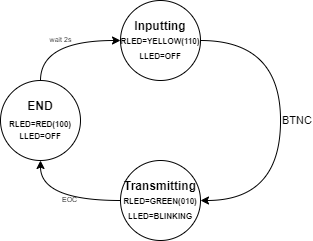
The draw.io diagram project/images/projekt_state_diagrampng.png in MusicalTester63/digital-electronics-1, before a commit. Source tidied: cells renumbered, new cells last; positions are measured from the earlier drawing's top-left corner, leaving out a move shared by most shapes.
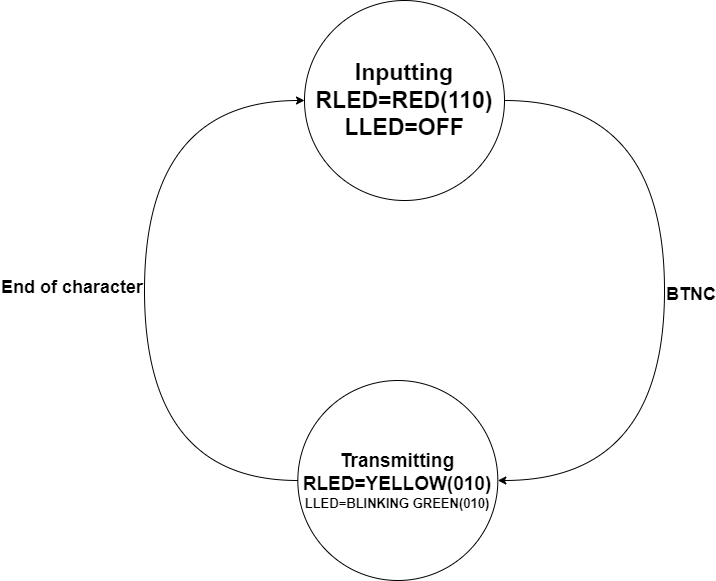
The same diagram one commit later.

The edit, as a diff of the source:
```diff
@@ -2,32 +2,27 @@
   <root>
     <mxCell id="0" />
     <mxCell id="1" parent="0" />
-    <mxCell id="2" value="BTNC" style="edgeStyle=orthogonalEdgeStyle;rounded=0;jettySize=auto;html=1;exitX=1;exitY=0.5;exitDx=0;exitDy=0;entryX=1;entryY=0.5;entryDx=0;entryDy=0;curved=1;align=left;labelBackgroundColor=none;" parent="1" edge="1" source="3" target="5">
-      <mxGeometry relative="1" as="geometry">
-        <Array as="points">
-          <mxPoint x="280" y="40" />
-          <mxPoint x="280" y="200" />
-        </Array>
-      </mxGeometry>
-    </mxCell>
-    <mxCell id="3" value="&lt;b&gt;Inputting&lt;/b&gt;&lt;br&gt;&lt;font style=&quot;font-size: 8px&quot;&gt;&lt;b&gt;RLED=YELLOW(110)&lt;br&gt;LLED=OFF&lt;br&gt;&lt;/b&gt;&lt;/font&gt;" style="ellipse;whiteSpace=wrap;html=1;" parent="1" vertex="1">
-      <mxGeometry x="120" width="80" height="80" as="geometry" />
+    <mxCell id="3" value="&lt;font style=&quot;font-size: 23px&quot;&gt;&lt;b&gt;Inputting&lt;/b&gt;&lt;br&gt;&lt;/font&gt;&lt;font style=&quot;font-size: 23px&quot;&gt;&lt;b&gt;&lt;font style=&quot;font-size: 23px&quot;&gt;RLED=RED(110)&lt;br&gt;LLED=OFF&lt;/font&gt;&lt;br&gt;&lt;/b&gt;&lt;/font&gt;" style="ellipse;whiteSpace=wrap;html=1;" parent="1" vertex="1">
+      <mxGeometry x="40" y="-80" width="200" height="200" as="geometry" />
     </mxCell>
-    <mxCell id="4" value="EOC" style="edgeStyle=orthogonalEdgeStyle;curved=1;rounded=0;jettySize=auto;html=1;exitX=0;exitY=0.5;exitDx=0;exitDy=0;entryX=0.5;entryY=1;entryDx=0;entryDy=0;labelBackgroundColor=none;fontSize=7;align=left;" parent="1" edge="1" source="5" target="7">
-      <mxGeometry relative="1" as="geometry" />
+    <mxCell id="4" value="&lt;font style=&quot;font-size: 18px&quot;&gt;&lt;b&gt;End of character&lt;/b&gt;&lt;/font&gt;" style="edgeStyle=orthogonalEdgeStyle;curved=1;rounded=0;jettySize=auto;html=1;exitX=0;exitY=0.5;exitDx=0;exitDy=0;labelBackgroundColor=none;fontSize=7;align=right;entryX=0;entryY=0.5;entryDx=0;entryDy=0;" parent="1" edge="1" source="5" target="3">
+      <mxGeometry relative="1" as="geometry">
+        <Array as="points">
+          <mxPoint x="-120" y="400" />
+          <mxPoint x="-120" y="20" />
+        </Array>
+      </mxGeometry>
     </mxCell>
-    <mxCell id="5" value="&lt;font style=&quot;font-weight: bold ; font-size: 12px&quot;&gt;Transmitting&lt;/font&gt;&lt;b style=&quot;font-size: 11px&quot;&gt;&lt;font style=&quot;font-size: 11px&quot;&gt;&lt;br&gt;&lt;/font&gt;&lt;/b&gt;&lt;font style=&quot;font-size: 11px&quot;&gt;&lt;b style=&quot;font-size: 8px&quot;&gt;&lt;font style=&quot;font-size: 8px&quot;&gt;RLED=GREEN(010)&lt;br&gt;LLED=BLINKING&lt;/font&gt;&lt;/b&gt;&lt;br&gt;&lt;/font&gt;" style="ellipse;whiteSpace=wrap;html=1;" parent="1" vertex="1">
-      <mxGeometry x="120" y="160" width="80" height="80" as="geometry" />
+    <mxCell id="5" value="&lt;font style=&quot;font-size: 19px&quot;&gt;&lt;font style=&quot;font-weight: bold ; font-size: 19px&quot;&gt;Transmitting&lt;/font&gt;&lt;b&gt;&lt;font style=&quot;font-size: 19px&quot;&gt;&lt;br&gt;&lt;/font&gt;&lt;/b&gt;&lt;/font&gt;&lt;font&gt;&lt;b&gt;&lt;font&gt;&lt;span style=&quot;font-size: 19px&quot;&gt;RLED=YELLOW(010)&lt;/span&gt;&lt;br&gt;&lt;font style=&quot;font-size: 13px&quot;&gt;LLED=BLINKING GREEN(010)&lt;/font&gt;&lt;/font&gt;&lt;/b&gt;&lt;br&gt;&lt;/font&gt;" style="ellipse;whiteSpace=wrap;html=1;" parent="1" vertex="1">
+      <mxGeometry x="33.3" y="300" width="200" height="200" as="geometry" />
     </mxCell>
-    <mxCell id="6" value="wait 2s" style="edgeStyle=orthogonalEdgeStyle;curved=1;rounded=0;jettySize=auto;html=1;exitX=0.5;exitY=0;exitDx=0;exitDy=0;entryX=0;entryY=0.5;entryDx=0;entryDy=0;labelBackgroundColor=none;fontSize=7;" parent="1" edge="1" source="7" target="3">
-      <mxGeometry relative="1" as="geometry">
-        <Array as="points">
-          <mxPoint x="40" y="40" />
-        </Array>
-      </mxGeometry>
-    </mxCell>
-    <mxCell id="7" value="&lt;b style=&quot;font-size: 12px&quot;&gt;END&lt;/b&gt;&lt;br style=&quot;font-size: 12px&quot;&gt;&lt;font size=&quot;1&quot;&gt;&lt;b style=&quot;font-size: 8px&quot;&gt;RLED=RED(100)&lt;br&gt;LLED=OFF&lt;br&gt;&lt;/b&gt;&lt;/font&gt;" style="ellipse;whiteSpace=wrap;html=1;fontSize=7;" parent="1" vertex="1">
-      <mxGeometry y="80" width="80" height="80" as="geometry" />
-    </mxCell>
+    <mxCell id="2" value="&lt;font style=&quot;font-size: 18px&quot;&gt;&lt;b&gt;BTNC&lt;/b&gt;&lt;/font&gt;" style="edgeStyle=orthogonalEdgeStyle;rounded=0;jettySize=auto;html=1;exitX=1;exitY=0.5;exitDx=0;exitDy=0;entryX=1;entryY=0.5;entryDx=0;entryDy=0;curved=1;align=left;labelBackgroundColor=none;" parent="1" edge="1" source="3" target="5">
+      <mxGeometry relative="1" as="geometry">
+        <Array as="points">
+          <mxPoint x="400" y="20" />
+          <mxPoint x="400" y="400" />
+        </Array>
+      </mxGeometry>
+    </mxCell>
   </root>
 </mxGraphModel>
```
